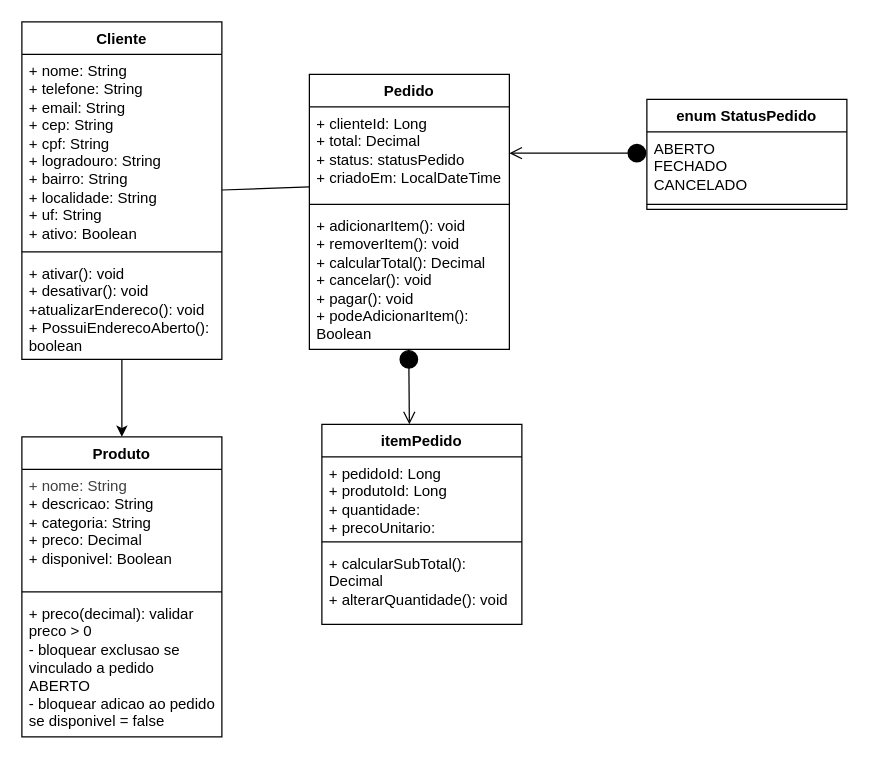
Above: lanchonete.drawio in Jenniferkss/atividade-lanchonete (draw.io), before the change. Source tidied: cells renumbered, new cells numbered last; positions are measured from the earlier drawing's top-left corner, leaving out a move shared by most shapes. Both pictures are drawn from the tidied source at 125%, with x=0, y=0 at pixel (21, 21).
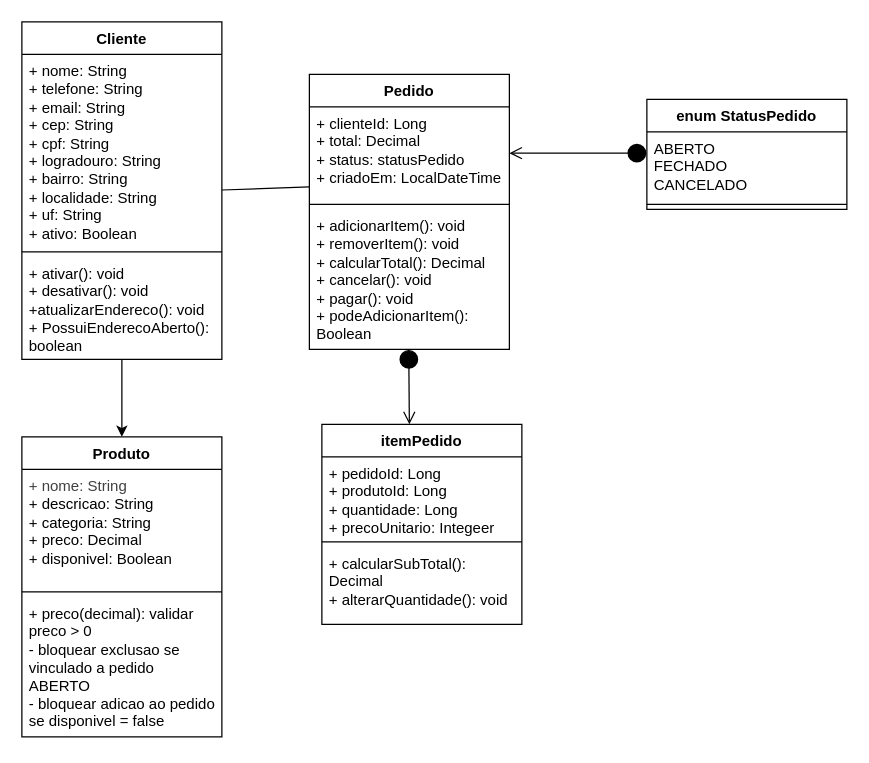
After the change.

Commit message:
feat: termina as tabelas

The change refers to these unchanged cells:
```xml
<mxCell id="15" value="itemPedido" style="swimlane;fontStyle=1;align=center;verticalAlign=top;horizontal=1;startSize=26;whiteSpace=wrap;html=1;" parent="1" vertex="1">
  <mxGeometry x="240" y="322" width="160" height="160" as="geometry" />
</mxCell>
```

Change to the diagram source:
```diff
@@
-    <mxCell id="16" value="+ pedidoId: Long&lt;div&gt;+ produtoId: Long&lt;/div&gt;&lt;div&gt;+ quantidade:&lt;/div&gt;&lt;div&gt;+ precoUnitario:&amp;nbsp;&lt;/div&gt;" style="text;strokeColor=none;fillColor=none;align=left;verticalAlign=top;spacingLeft=4;spacingRight=4;overflow=hidden;whiteSpace=wrap;html=1;" parent="15" vertex="1">
+    <mxCell id="16" value="+ pedidoId: Long&lt;div&gt;+ produtoId: Long&lt;/div&gt;&lt;div&gt;+ quantidade: Long&lt;/div&gt;&lt;div&gt;+ precoUnitario: Integeer&amp;nbsp;&lt;/div&gt;" style="text;strokeColor=none;fillColor=none;align=left;verticalAlign=top;spacingLeft=4;spacingRight=4;overflow=hidden;whiteSpace=wrap;html=1;" parent="15" vertex="1">
       <mxGeometry y="26" width="160" height="64" as="geometry" />
     </mxCell>
```
